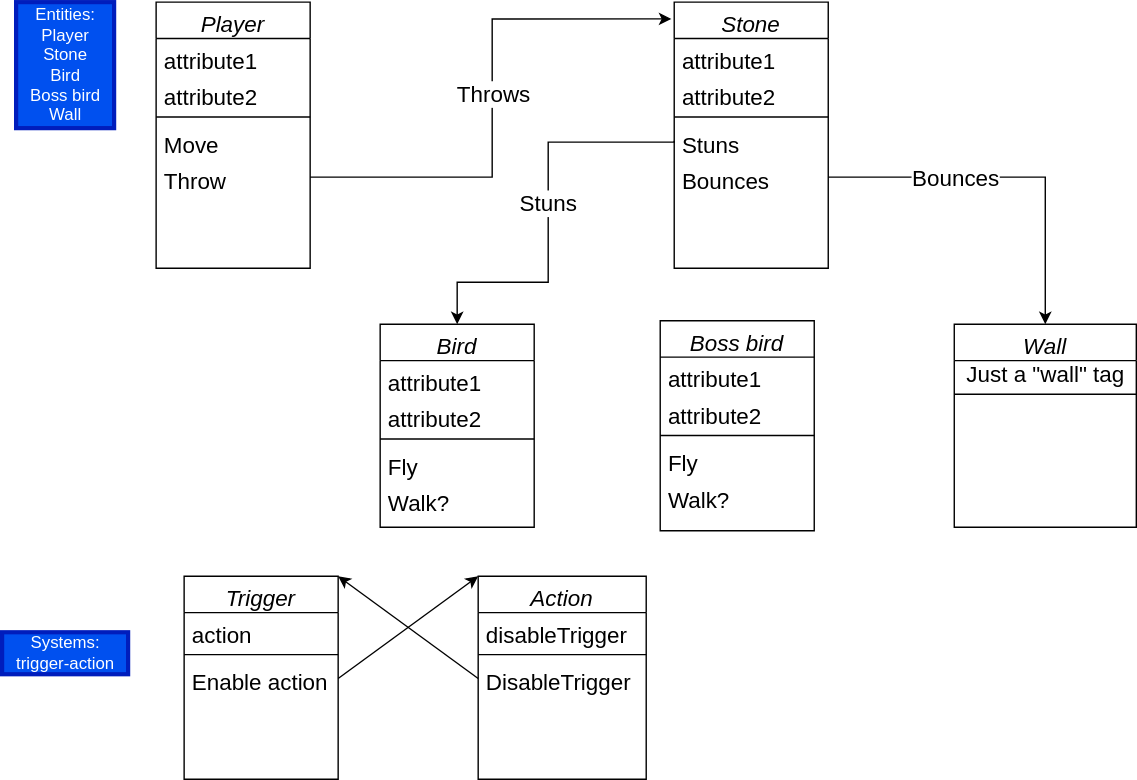
This is EntitiesAndSystems.drawio.svg from DesseyCodes/The-Kidnapping-of-the-Damsel, a draw.io export, as it was before one commit. Source tidied: cells renumbered, new cells last; positions are measured from the earlier drawing's top-left corner, leaving out a move shared by most shapes.
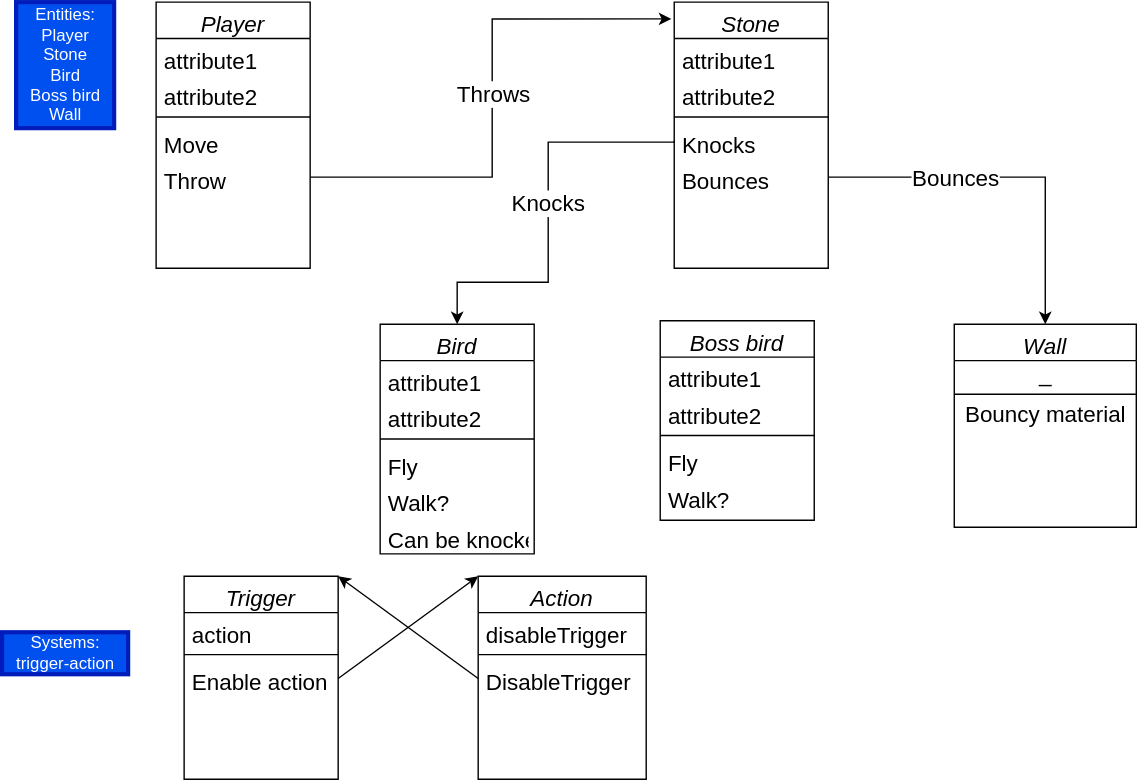
Later version of the same file.

What changed in the source:
```diff
@@ -32,14 +32,14 @@
     <mxCell id="11" style="line;html=1;strokeWidth=1;align=left;verticalAlign=middle;spacingTop=-1;spacingLeft=3;spacingRight=3;labelPosition=right;" parent="8" vertex="1">
       <mxGeometry y="78" width="110" height="8" as="geometry" />
     </mxCell>
-    <mxCell id="12" value="Stuns" style="text;align=left;verticalAlign=top;spacingLeft=4;spacingRight=4;overflow=hidden;points=[[0,0.5],[1,0.5]];portConstraint=eastwest;fontSize=16;" parent="8" vertex="1">
+    <mxCell id="12" value="Knocks" style="text;align=left;verticalAlign=top;spacingLeft=4;spacingRight=4;overflow=hidden;points=[[0,0.5],[1,0.5]];portConstraint=eastwest;fontSize=16;" parent="8" vertex="1">
       <mxGeometry y="86" width="110" height="26" as="geometry" />
     </mxCell>
     <mxCell id="13" value="Bounces" style="text;align=left;verticalAlign=top;spacingLeft=4;spacingRight=4;overflow=hidden;points=[[0,0.5],[1,0.5]];portConstraint=eastwest;fontSize=16;" parent="8" vertex="1">
       <mxGeometry y="112" width="110" height="26" as="geometry" />
     </mxCell>
     <mxCell id="14" value="Bird" style="swimlane;fontStyle=2;align=center;verticalAlign=top;horizontal=1;startSize=26;rounded=0;shadow=0;strokeWidth=1;fontSize=16;" parent="1" vertex="1">
-      <mxGeometry x="270" y="230" width="110" height="145" as="geometry" />
+      <mxGeometry x="270" y="230" width="110" height="164" as="geometry" />
     </mxCell>
     <mxCell id="15" value="attribute1" style="text;align=left;verticalAlign=top;spacingLeft=4;spacingRight=4;overflow=hidden;fontSize=16;" parent="14" vertex="1">
       <mxGeometry y="26" width="110" height="26" as="geometry" />
@@ -56,6 +56,9 @@
     <mxCell id="19" value="Walk?" style="text;align=left;verticalAlign=top;spacingLeft=4;spacingRight=4;overflow=hidden;fontSize=16;" parent="14" vertex="1">
       <mxGeometry y="112" width="110" height="26" as="geometry" />
     </mxCell>
+    <mxCell id="47" value="Can be knocked" style="text;align=left;verticalAlign=top;spacingLeft=4;spacingRight=4;overflow=hidden;fontSize=16;" parent="14" vertex="1">
+      <mxGeometry y="138" width="110" height="26" as="geometry" />
+    </mxCell>
     <mxCell id="20" style="edgeStyle=orthogonalEdgeStyle;rounded=0;jettySize=auto;html=1;entryX=-0.018;entryY=0.063;entryDx=0;entryDy=0;entryPerimeter=0;fontSize=16;exitX=1;exitY=0.5;exitDx=0;exitDy=0;" parent="1" edge="1" source="7" target="8">
       <mxGeometry relative="1" as="geometry" />
     </mxCell>
@@ -74,13 +77,13 @@
         </Array>
       </mxGeometry>
     </mxCell>
-    <mxCell id="23" value="Stuns" style="edgeLabel;html=1;align=center;verticalAlign=middle;fontSize=16;" parent="22" vertex="1">
+    <mxCell id="23" value="Knocks" style="edgeLabel;html=1;align=center;verticalAlign=middle;fontSize=16;" parent="22" vertex="1">
       <mxGeometry x="0.19" y="-1" relative="1" as="geometry">
         <mxPoint y="-36" as="offset" />
       </mxGeometry>
     </mxCell>
     <mxCell id="24" value="Boss bird" style="swimlane;fontStyle=2;align=center;verticalAlign=top;horizontal=1;startSize=26;rounded=0;shadow=0;strokeWidth=1;fontSize=16;" parent="1" vertex="1">
-      <mxGeometry x="470" y="227.5" width="110" height="150" as="geometry" />
+      <mxGeometry x="470" y="227.5" width="110" height="142.5" as="geometry" />
     </mxCell>
     <mxCell id="25" value="attribute1" style="text;align=left;verticalAlign=top;spacingLeft=4;spacingRight=4;overflow=hidden;fontSize=16;" parent="24" vertex="1">
       <mxGeometry y="26" width="110" height="26" as="geometry" />
@@ -100,12 +103,15 @@
     <mxCell id="30" value="Wall" style="swimlane;fontStyle=2;align=center;verticalAlign=top;horizontal=1;startSize=26;rounded=0;shadow=0;strokeWidth=1;fontSize=16;" parent="1" vertex="1">
       <mxGeometry x="680" y="230" width="130" height="145" as="geometry" />
     </mxCell>
-    <mxCell id="31" value="Just a &quot;wall&quot; tag" style="text;html=1;align=center;verticalAlign=middle;strokeColor=none;fillColor=none;fontSize=16;" parent="30" vertex="1">
+    <mxCell id="31" value="_" style="text;html=1;align=center;verticalAlign=middle;strokeColor=none;fillColor=none;fontSize=16;" parent="30" vertex="1">
       <mxGeometry y="26" width="130" height="20" as="geometry" />
     </mxCell>
     <mxCell id="32" style="line;html=1;strokeWidth=1;align=left;verticalAlign=middle;spacingTop=-1;spacingLeft=3;spacingRight=3;labelPosition=right;" parent="30" vertex="1">
       <mxGeometry y="46" width="130" height="8" as="geometry" />
     </mxCell>
+    <mxCell id="48" value="Bouncy material" style="text;html=1;align=center;verticalAlign=middle;strokeColor=none;fillColor=none;fontSize=16;" parent="30" vertex="1">
+      <mxGeometry y="54" width="130" height="20" as="geometry" />
+    </mxCell>
     <mxCell id="33" value="Entities:&lt;br&gt;Player&lt;br&gt;Stone&lt;br&gt;Bird&lt;br&gt;Boss bird&lt;br&gt;Wall" style="text;html=1;align=center;verticalAlign=middle;strokeColor=#001DBC;fillColor=#0050ef;strokeWidth=3;fontColor=#ffffff;" parent="1" vertex="1">
       <mxGeometry x="10" width="70" height="90" as="geometry" />
     </mxCell>
```
